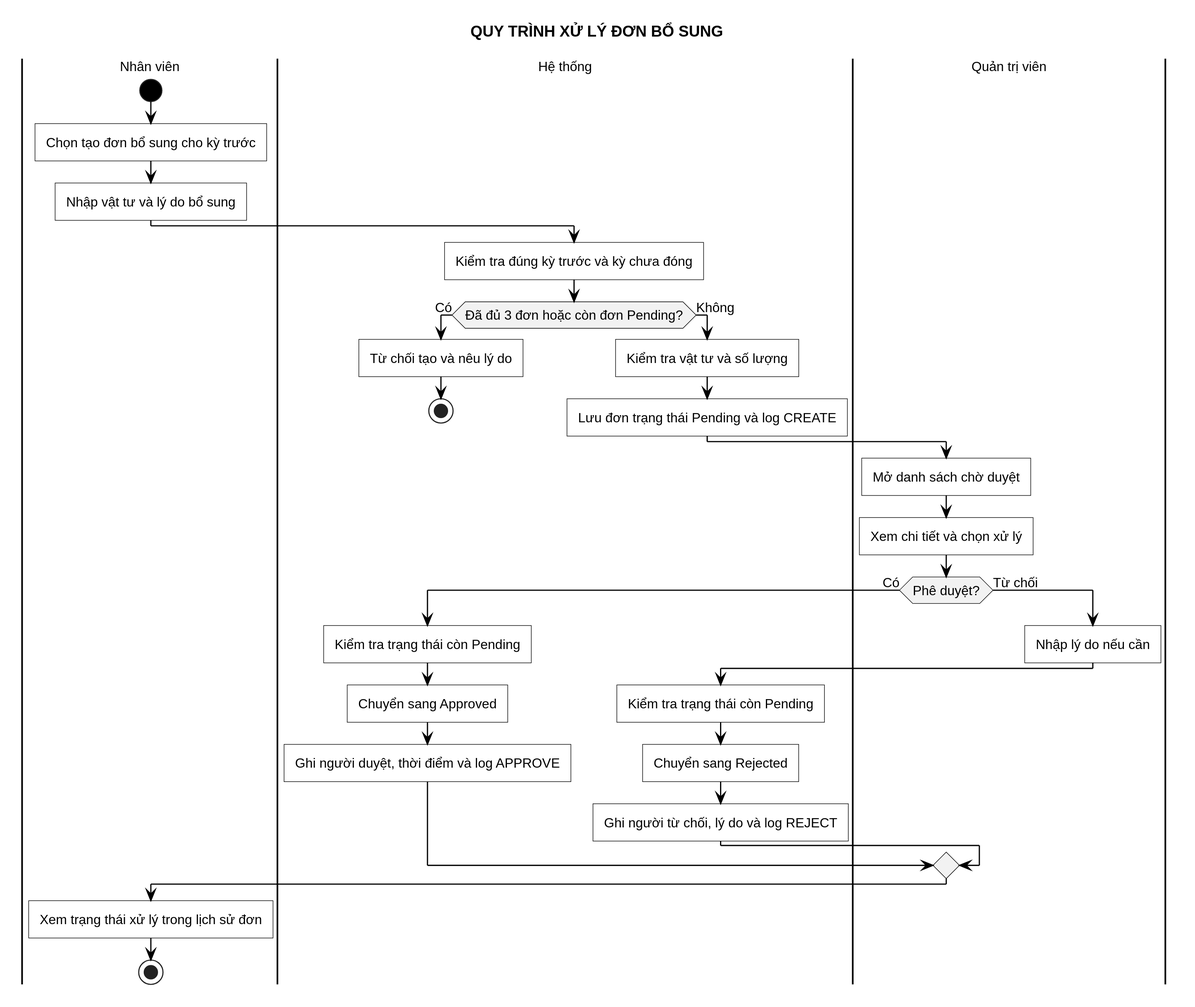
The PlantUML diagram LVTN/diagrams/ch03/activity-additional-request.svg in Miikey24s/gtas_vpp, before a commit.
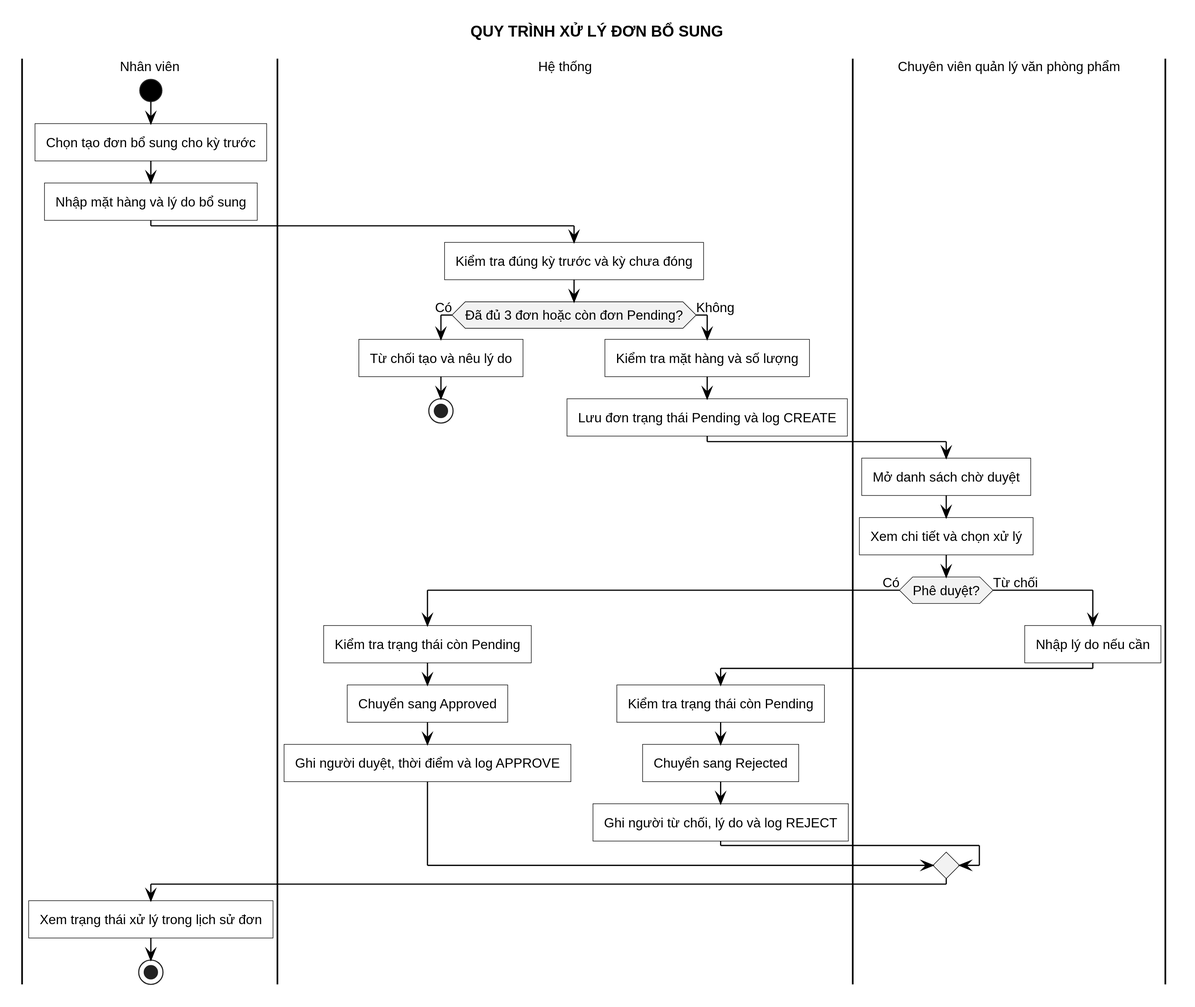
Later version of the same file.

The edit, as a diff of the source:
```diff
@@ -5,17 +5,17 @@
 |Nhân viên|
 start
 :Chọn tạo đơn bổ sung cho kỳ trước;
-:Nhập vật tư và lý do bổ sung;
+:Nhập mặt hàng và lý do bổ sung;
 |Hệ thống|
 :Kiểm tra đúng kỳ trước và kỳ chưa đóng;
 if (Đã đủ 3 đơn hoặc còn đơn Pending?) then (Có)
   :Từ chối tạo và nêu lý do;
   stop
 else (Không)
-  :Kiểm tra vật tư và số lượng;
+  :Kiểm tra mặt hàng và số lượng;
   :Lưu đơn trạng thái Pending và log CREATE;
 endif
-|Quản trị viên|
+|Chuyên viên quản lý văn phòng phẩm|
 :Mở danh sách chờ duyệt;
 :Xem chi tiết và chọn xử lý;
 if (Phê duyệt?) then (Có)
@@ -24,7 +24,7 @@
   :Chuyển sang Approved;
   :Ghi người duyệt, thời điểm và log APPROVE;
 else (Từ chối)
-  |Quản trị viên|
+  |Chuyên viên quản lý văn phòng phẩm|
   :Nhập lý do nếu cần;
   |Hệ thống|
   :Kiểm tra trạng thái còn Pending;
```
